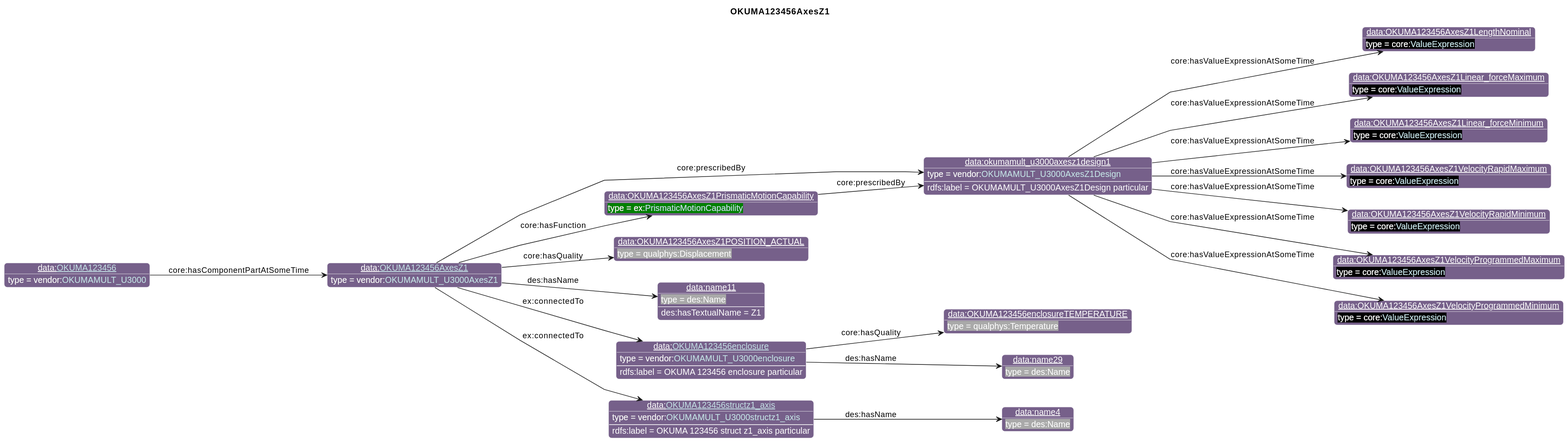
The PlantUML diagram diagrams/OKUMA123456AxesZ1.svg in iofoundry/example-syseng-mtconnect, before a commit.
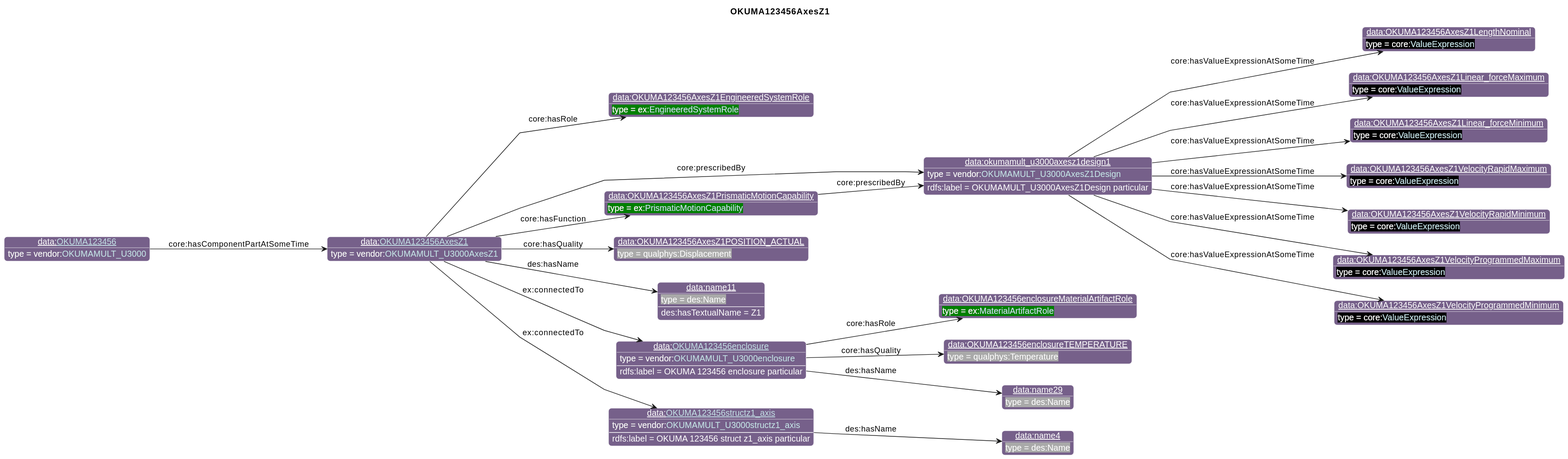
Above is the later version.

The edit, as a diff of the source:
```diff
@@ -26,43 +26,47 @@
                       "qp":"641B2E"
       }
 individual(o0, data:[[./OKUMA123456AxesZ1.html OKUMA123456AxesZ1]], vendor:[[../OKUMA.html#OKUMAMULT_U3000AxesZ1 OKUMAMULT_U3000AxesZ1]])
-individual(o1, data:okumamult_u3000axesz1design1, vendor:[[../OKUMA.html#OKUMAMULT_U3000AxesZ1Design OKUMAMULT_U3000AxesZ1Design]])
-individual(o2, data:OKUMA123456AxesZ1LengthNominal, core:[[https://spec.industrialontologies.org/ontology/core/Core/ValueExpression ValueExpression]])
-individual(o3, data:OKUMA123456AxesZ1Linear_forceMaximum, core:[[https://spec.industrialontologies.org/ontology/core/Core/ValueExpression ValueExpression]])
-individual(o4, data:OKUMA123456AxesZ1Linear_forceMinimum, core:[[https://spec.industrialontologies.org/ontology/core/Core/ValueExpression ValueExpression]])
-individual(o5, data:OKUMA123456AxesZ1VelocityRapidMaximum, core:[[https://spec.industrialontologies.org/ontology/core/Core/ValueExpression ValueExpression]])
-individual(o6, data:OKUMA123456AxesZ1VelocityRapidMinimum, core:[[https://spec.industrialontologies.org/ontology/core/Core/ValueExpression ValueExpression]])
-individual(o7, data:OKUMA123456AxesZ1VelocityProgrammedMaximum, core:[[https://spec.industrialontologies.org/ontology/core/Core/ValueExpression ValueExpression]])
-individual(o8, data:OKUMA123456AxesZ1VelocityProgrammedMinimum, core:[[https://spec.industrialontologies.org/ontology/core/Core/ValueExpression ValueExpression]])
-individual(o9, data:OKUMA123456AxesZ1PrismaticMotionCapability, ex:[[../Example.html#PrismaticMotionCapability PrismaticMotionCapability]])
-individual(o10, data:OKUMA123456AxesZ1POSITION_ACTUAL, qualphys:Displacement)
-individual(o11, data:name11, des:Name)
-individual(o12, data:[[./OKUMA123456enclosure.html OKUMA123456enclosure]], vendor:[[../OKUMA.html#OKUMAMULT_U3000enclosure OKUMAMULT_U3000enclosure]])
-individual(o13, data:OKUMA123456enclosureTEMPERATURE, qualphys:Temperature)
-individual(o14, data:name29, des:Name)
-individual(o15, data:[[./OKUMA123456structz1_axis.html OKUMA123456structz1_axis]], vendor:[[../OKUMA.html#OKUMAMULT_U3000structz1_axis OKUMAMULT_U3000structz1_axis]])
-individual(o16, data:name4, des:Name)
-individual(o17, data:[[./OKUMA123456.html OKUMA123456]], vendor:[[../OKUMA.html#OKUMAMULT_U3000 OKUMAMULT_U3000]])
-property(o0, "core:prescribedBy", o1)
-data(o1, "rdfs:label", "OKUMAMULT_U3000AxesZ1Design particular")
-property(o1, "core:hasValueExpressionAtSomeTime", o2)
-property(o1, "core:hasValueExpressionAtSomeTime", o3)
-property(o1, "core:hasValueExpressionAtSomeTime", o4)
-property(o1, "core:hasValueExpressionAtSomeTime", o5)
-property(o1, "core:hasValueExpressionAtSomeTime", o6)
-property(o1, "core:hasValueExpressionAtSomeTime", o7)
-property(o1, "core:hasValueExpressionAtSomeTime", o8)
-property(o0, "core:hasFunction", o9)
-property(o9, "core:prescribedBy", o1)
-property(o0, "core:hasQuality", o10)
-property(o0, "des:hasName", o11)
-data(o11, "des:hasTextualName", "Z1")
-property(o0, "ex:connectedTo", o12)
-data(o12, "rdfs:label", "OKUMA 123456 enclosure particular")
-property(o12, "core:hasQuality", o13)
-property(o12, "des:hasName", o14)
-property(o0, "ex:connectedTo", o15)
-data(o15, "rdfs:label", "OKUMA 123456 struct z1_axis particular")
-property(o15, "des:hasName", o16)
-property(o17, "core:hasComponentPartAtSomeTime", o0)
+individual(o1, data:OKUMA123456AxesZ1EngineeredSystemRole, ex:[[../Example.html#EngineeredSystemRole EngineeredSystemRole]])
+individual(o2, data:okumamult_u3000axesz1design1, vendor:[[../OKUMA.html#OKUMAMULT_U3000AxesZ1Design OKUMAMULT_U3000AxesZ1Design]])
+individual(o3, data:OKUMA123456AxesZ1LengthNominal, core:[[https://spec.industrialontologies.org/ontology/core/Core/ValueExpression ValueExpression]])
+individual(o4, data:OKUMA123456AxesZ1Linear_forceMaximum, core:[[https://spec.industrialontologies.org/ontology/core/Core/ValueExpression ValueExpression]])
+individual(o5, data:OKUMA123456AxesZ1Linear_forceMinimum, core:[[https://spec.industrialontologies.org/ontology/core/Core/ValueExpression ValueExpression]])
+individual(o6, data:OKUMA123456AxesZ1VelocityRapidMaximum, core:[[https://spec.industrialontologies.org/ontology/core/Core/ValueExpression ValueExpression]])
+individual(o7, data:OKUMA123456AxesZ1VelocityRapidMinimum, core:[[https://spec.industrialontologies.org/ontology/core/Core/ValueExpression ValueExpression]])
+individual(o8, data:OKUMA123456AxesZ1VelocityProgrammedMaximum, core:[[https://spec.industrialontologies.org/ontology/core/Core/ValueExpression ValueExpression]])
+individual(o9, data:OKUMA123456AxesZ1VelocityProgrammedMinimum, core:[[https://spec.industrialontologies.org/ontology/core/Core/ValueExpression ValueExpression]])
+individual(o10, data:OKUMA123456AxesZ1PrismaticMotionCapability, ex:[[../Example.html#PrismaticMotionCapability PrismaticMotionCapability]])
+individual(o11, data:OKUMA123456AxesZ1POSITION_ACTUAL, qualphys:Displacement)
+individual(o12, data:name11, des:Name)
+individual(o13, data:[[./OKUMA123456enclosure.html OKUMA123456enclosure]], vendor:[[../OKUMA.html#OKUMAMULT_U3000enclosure OKUMAMULT_U3000enclosure]])
+individual(o14, data:OKUMA123456enclosureMaterialArtifactRole, ex:[[../Example.html#MaterialArtifactRole MaterialArtifactRole]])
+individual(o15, data:OKUMA123456enclosureTEMPERATURE, qualphys:Temperature)
+individual(o16, data:name29, des:Name)
+individual(o17, data:[[./OKUMA123456structz1_axis.html OKUMA123456structz1_axis]], vendor:[[../OKUMA.html#OKUMAMULT_U3000structz1_axis OKUMAMULT_U3000structz1_axis]])
+individual(o18, data:name4, des:Name)
+individual(o19, data:[[./OKUMA123456.html OKUMA123456]], vendor:[[../OKUMA.html#OKUMAMULT_U3000 OKUMAMULT_U3000]])
+property(o0, "core:hasRole", o1)
+property(o0, "core:prescribedBy", o2)
+data(o2, "rdfs:label", "OKUMAMULT_U3000AxesZ1Design particular")
+property(o2, "core:hasValueExpressionAtSomeTime", o3)
+property(o2, "core:hasValueExpressionAtSomeTime", o4)
+property(o2, "core:hasValueExpressionAtSomeTime", o5)
+property(o2, "core:hasValueExpressionAtSomeTime", o6)
+property(o2, "core:hasValueExpressionAtSomeTime", o7)
+property(o2, "core:hasValueExpressionAtSomeTime", o8)
+property(o2, "core:hasValueExpressionAtSomeTime", o9)
+property(o0, "core:hasFunction", o10)
+property(o10, "core:prescribedBy", o2)
+property(o0, "core:hasQuality", o11)
+property(o0, "des:hasName", o12)
+data(o12, "des:hasTextualName", "Z1")
+property(o0, "ex:connectedTo", o13)
+data(o13, "rdfs:label", "OKUMA 123456 enclosure particular")
+property(o13, "core:hasRole", o14)
+property(o13, "core:hasQuality", o15)
+property(o13, "des:hasName", o16)
+property(o0, "ex:connectedTo", o17)
+data(o17, "rdfs:label", "OKUMA 123456 struct z1_axis particular")
+property(o17, "des:hasName", o18)
+property(o19, "core:hasComponentPartAtSomeTime", o0)
 @enduml
```
